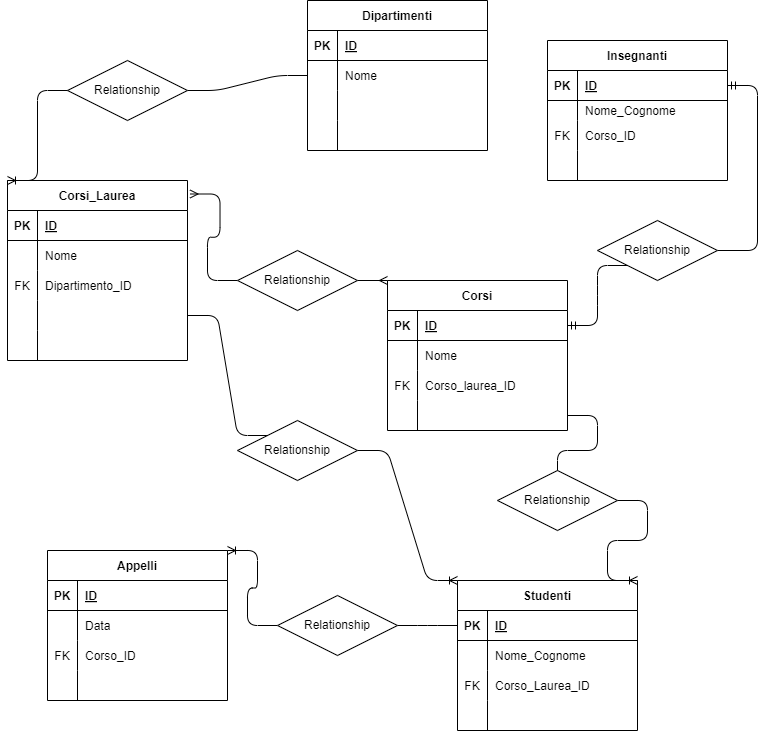
The draw.io diagram university.png in AlessioMura/db-university, before a commit. Source tidied: cells renumbered, new cells last; positions are measured from the earlier drawing's top-left corner, leaving out a move shared by most shapes.
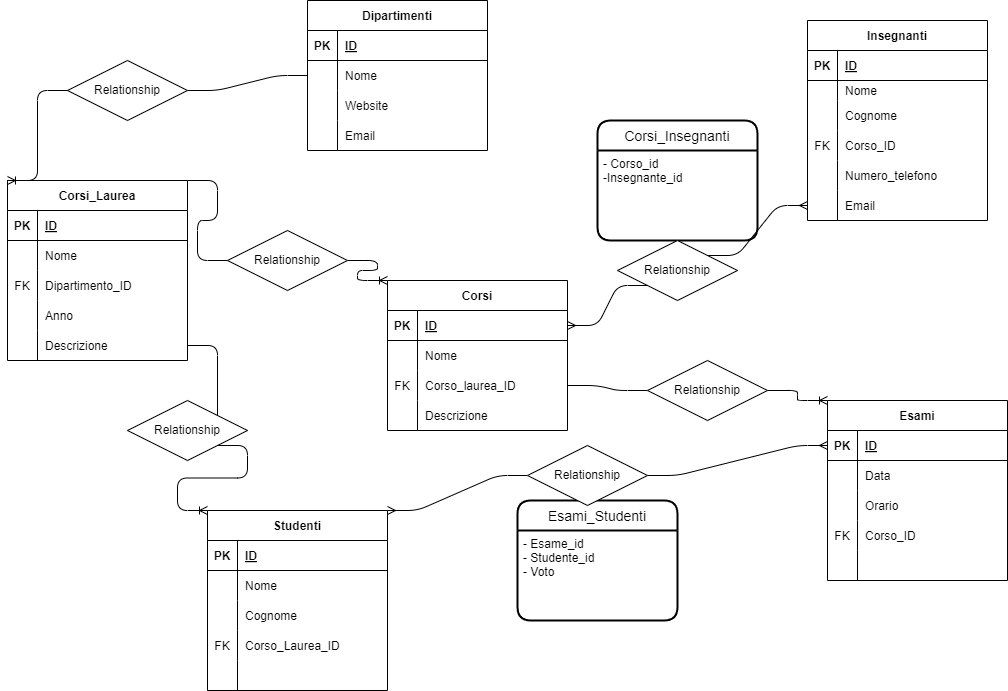
After the commit.

The edit, as a diff of the source:
```diff
@@ -31,3 +31,3 @@
     </mxCell>
-    <mxCell id="11" style="shape=partialRectangle;fillColor=none;top=0;left=0;bottom=0;right=0;align=left;spacingLeft=6;overflow=hidden;" parent="9" vertex="1">
+    <mxCell id="11" value="Website" style="shape=partialRectangle;fillColor=none;top=0;left=0;bottom=0;right=0;align=left;spacingLeft=6;overflow=hidden;" parent="9" vertex="1">
       <mxGeometry x="30" width="150" height="30" as="geometry" />
@@ -40,3 +40,3 @@
     </mxCell>
-    <mxCell id="14" style="shape=partialRectangle;fillColor=none;top=0;left=0;bottom=0;right=0;align=left;spacingLeft=6;overflow=hidden;" parent="12" vertex="1">
+    <mxCell id="14" value="Email" style="shape=partialRectangle;fillColor=none;top=0;left=0;bottom=0;right=0;align=left;spacingLeft=6;overflow=hidden;" parent="12" vertex="1">
       <mxGeometry x="30" width="150" height="30" as="geometry" />
@@ -79,3 +79,3 @@
     </mxCell>
-    <mxCell id="27" style="shape=partialRectangle;fillColor=none;top=0;left=0;bottom=0;right=0;align=left;spacingLeft=6;overflow=hidden;" parent="25" vertex="1">
+    <mxCell id="27" value="Anno" style="shape=partialRectangle;fillColor=none;top=0;left=0;bottom=0;right=0;align=left;spacingLeft=6;overflow=hidden;" parent="25" vertex="1">
       <mxGeometry x="30" width="150" height="30" as="geometry" />
@@ -88,3 +88,3 @@
     </mxCell>
-    <mxCell id="30" style="shape=partialRectangle;fillColor=none;top=0;left=0;bottom=0;right=0;align=left;spacingLeft=6;overflow=hidden;" parent="28" vertex="1">
+    <mxCell id="30" value="Descrizione" style="shape=partialRectangle;fillColor=none;top=0;left=0;bottom=0;right=0;align=left;spacingLeft=6;overflow=hidden;" parent="28" vertex="1">
       <mxGeometry x="30" width="150" height="30" as="geometry" />
@@ -127,3 +127,3 @@
     </mxCell>
-    <mxCell id="43" style="shape=partialRectangle;fillColor=none;top=0;left=0;bottom=0;right=0;align=left;spacingLeft=6;overflow=hidden;" parent="41" vertex="1">
+    <mxCell id="43" value="Descrizione" style="shape=partialRectangle;fillColor=none;top=0;left=0;bottom=0;right=0;align=left;spacingLeft=6;overflow=hidden;" parent="41" vertex="1">
       <mxGeometry x="30" width="150" height="30" as="geometry" />
@@ -131,3 +131,3 @@
     <mxCell id="44" value="Insegnanti" style="shape=table;startSize=30;rowLines=0;fontStyle=1;align=center;" parent="1" vertex="1">
-      <mxGeometry x="540" y="40" width="180" height="140" as="geometry" />
+      <mxGeometry x="800" y="20" width="180" height="200" as="geometry" />
     </mxCell>
@@ -148,7 +148,16 @@
     </mxCell>
-    <mxCell id="50" value="Nome_Cognome" style="shape=partialRectangle;fillColor=none;top=0;left=0;bottom=0;right=0;align=left;spacingLeft=6;overflow=hidden;" parent="48" vertex="1">
+    <mxCell id="50" value="Nome" style="shape=partialRectangle;fillColor=none;top=0;left=0;bottom=0;right=0;align=left;spacingLeft=6;overflow=hidden;" parent="48" vertex="1">
       <mxGeometry x="30" width="150" height="20" as="geometry" />
     </mxCell>
+    <mxCell id="101" style="shape=tableRow;horizontal=0;startSize=0;swimlaneHead=0;swimlaneBody=0;fillColor=none;top=0;left=0;right=0;bottom=0;" parent="44" vertex="1">
+      <mxGeometry y="80" width="180" height="30" as="geometry" />
+    </mxCell>
+    <mxCell id="102" style="shape=partialRectangle;fillColor=none;top=0;left=0;bottom=0;right=0;overflow=hidden;" parent="101" vertex="1">
+      <mxGeometry width="30" height="30" as="geometry" />
+    </mxCell>
+    <mxCell id="103" value="Cognome" style="shape=partialRectangle;fillColor=none;top=0;left=0;bottom=0;right=0;align=left;spacingLeft=6;overflow=hidden;" parent="101" vertex="1">
+      <mxGeometry x="30" width="150" height="30" as="geometry" />
+    </mxCell>
     <mxCell id="51" style="shape=tableRow;horizontal=0;startSize=0;swimlaneHead=0;swimlaneBody=0;fillColor=none;top=0;left=0;right=0;bottom=0;" parent="44" vertex="1">
-      <mxGeometry y="80" width="180" height="30" as="geometry" />
+      <mxGeometry y="110" width="180" height="30" as="geometry" />
     </mxCell>
@@ -161,3 +170,3 @@
     <mxCell id="54" style="shape=tableRow;horizontal=0;startSize=0;swimlaneHead=0;swimlaneBody=0;fillColor=none;top=0;left=0;right=0;bottom=0;" parent="44" vertex="1">
-      <mxGeometry y="110" width="180" height="30" as="geometry" />
+      <mxGeometry y="140" width="180" height="30" as="geometry" />
     </mxCell>
@@ -166,7 +175,16 @@
     </mxCell>
-    <mxCell id="56" style="shape=partialRectangle;fillColor=none;top=0;left=0;bottom=0;right=0;align=left;spacingLeft=6;overflow=hidden;" parent="54" vertex="1">
+    <mxCell id="56" value="Numero_telefono" style="shape=partialRectangle;fillColor=none;top=0;left=0;bottom=0;right=0;align=left;spacingLeft=6;overflow=hidden;" parent="54" vertex="1">
       <mxGeometry x="30" width="150" height="30" as="geometry" />
     </mxCell>
+    <mxCell id="104" style="shape=tableRow;horizontal=0;startSize=0;swimlaneHead=0;swimlaneBody=0;fillColor=none;points=[[0,0.5],[1,0.5]];portConstraint=eastwest;top=0;left=0;right=0;bottom=0;" parent="44" vertex="1">
+      <mxGeometry y="170" width="180" height="30" as="geometry" />
+    </mxCell>
+    <mxCell id="105" style="shape=partialRectangle;fillColor=none;top=0;left=0;bottom=0;right=0;overflow=hidden;" parent="104" vertex="1">
+      <mxGeometry width="30" height="30" as="geometry" />
+    </mxCell>
+    <mxCell id="106" value="Email" style="shape=partialRectangle;fillColor=none;top=0;left=0;bottom=0;right=0;align=left;spacingLeft=6;overflow=hidden;" parent="104" vertex="1">
+      <mxGeometry x="30" width="150" height="30" as="geometry" />
+    </mxCell>
     <mxCell id="57" value="Studenti" style="shape=table;startSize=30;rowLines=0;fontStyle=1;align=center;" parent="1" vertex="1">
-      <mxGeometry x="450" y="580" width="180" height="150" as="geometry" />
+      <mxGeometry x="200" y="510" width="180" height="180" as="geometry" />
     </mxCell>
@@ -187,7 +205,16 @@
     </mxCell>
-    <mxCell id="63" value="Nome_Cognome" style="shape=partialRectangle;fillColor=none;top=0;left=0;bottom=0;right=0;align=left;spacingLeft=6;overflow=hidden;" parent="61" vertex="1">
+    <mxCell id="63" value="Nome" style="shape=partialRectangle;fillColor=none;top=0;left=0;bottom=0;right=0;align=left;spacingLeft=6;overflow=hidden;" parent="61" vertex="1">
       <mxGeometry x="30" width="150" height="30" as="geometry" />
     </mxCell>
+    <mxCell id="107" style="shape=tableRow;horizontal=0;startSize=0;swimlaneHead=0;swimlaneBody=0;fillColor=none;top=0;left=0;right=0;bottom=0;" parent="57" vertex="1">
+      <mxGeometry y="90" width="180" height="30" as="geometry" />
+    </mxCell>
+    <mxCell id="108" style="shape=partialRectangle;fillColor=none;top=0;left=0;bottom=0;right=0;overflow=hidden;" parent="107" vertex="1">
+      <mxGeometry width="30" height="30" as="geometry" />
+    </mxCell>
+    <mxCell id="109" value="Cognome" style="shape=partialRectangle;fillColor=none;top=0;left=0;bottom=0;right=0;align=left;spacingLeft=6;overflow=hidden;" parent="107" vertex="1">
+      <mxGeometry x="30" width="150" height="30" as="geometry" />
+    </mxCell>
     <mxCell id="64" style="shape=tableRow;horizontal=0;startSize=0;swimlaneHead=0;swimlaneBody=0;fillColor=none;top=0;left=0;right=0;bottom=0;" parent="57" vertex="1">
-      <mxGeometry y="90" width="180" height="30" as="geometry" />
+      <mxGeometry y="120" width="180" height="30" as="geometry" />
     </mxCell>
@@ -200,3 +227,3 @@
     <mxCell id="67" style="shape=tableRow;horizontal=0;startSize=0;swimlaneHead=0;swimlaneBody=0;fillColor=none;top=0;left=0;right=0;bottom=0;" parent="57" vertex="1">
-      <mxGeometry y="120" width="180" height="30" as="geometry" />
+      <mxGeometry y="150" width="180" height="30" as="geometry" />
     </mxCell>
@@ -208,4 +235,4 @@
     </mxCell>
-    <mxCell id="70" value="Appelli" style="shape=table;startSize=30;rowLines=0;fontStyle=1;align=center;" parent="1" vertex="1">
-      <mxGeometry x="40" y="550" width="180" height="150" as="geometry" />
+    <mxCell id="70" value="Esami" style="shape=table;startSize=30;rowLines=0;fontStyle=1;align=center;" parent="1" vertex="1">
+      <mxGeometry x="820" y="400" width="180" height="180" as="geometry" />
     </mxCell>
@@ -229,4 +256,13 @@
     </mxCell>
+    <mxCell id="110" style="shape=tableRow;horizontal=0;startSize=0;swimlaneHead=0;swimlaneBody=0;fillColor=none;top=0;left=0;right=0;bottom=0;" parent="70" vertex="1">
+      <mxGeometry y="90" width="180" height="30" as="geometry" />
+    </mxCell>
+    <mxCell id="111" style="shape=partialRectangle;fillColor=none;top=0;left=0;bottom=0;right=0;overflow=hidden;" parent="110" vertex="1">
+      <mxGeometry width="30" height="30" as="geometry" />
+    </mxCell>
+    <mxCell id="112" value="Orario" style="shape=partialRectangle;fillColor=none;top=0;left=0;bottom=0;right=0;align=left;spacingLeft=6;overflow=hidden;" parent="110" vertex="1">
+      <mxGeometry x="30" width="150" height="30" as="geometry" />
+    </mxCell>
     <mxCell id="77" style="shape=tableRow;horizontal=0;startSize=0;swimlaneHead=0;swimlaneBody=0;fillColor=none;top=0;left=0;right=0;bottom=0;" parent="70" vertex="1">
-      <mxGeometry y="90" width="180" height="30" as="geometry" />
+      <mxGeometry y="120" width="180" height="30" as="geometry" />
     </mxCell>
@@ -239,3 +275,3 @@
     <mxCell id="80" style="shape=tableRow;horizontal=0;startSize=0;swimlaneHead=0;swimlaneBody=0;fillColor=none;top=0;left=0;right=0;bottom=0;" parent="70" vertex="1">
-      <mxGeometry y="120" width="180" height="30" as="geometry" />
+      <mxGeometry y="150" width="180" height="30" as="geometry" />
     </mxCell>
@@ -253,6 +289,9 @@
     </mxCell>
+    <mxCell id="91" style="edgeStyle=entityRelationEdgeStyle;fontSize=12;html=1;endArrow=ERoneToMany;exitX=0;exitY=0.5;exitDx=0;exitDy=0;entryX=0;entryY=0;entryDx=0;entryDy=0;" parent="1" edge="1" source="84" target="15">
+      <mxGeometry relative="1" as="geometry" />
+    </mxCell>
-    <mxCell id="85" style="edgeStyle=entityRelationEdgeStyle;fontSize=12;html=1;endArrow=ERmany;startArrow=none;exitX=1;exitY=0.5;exitDx=0;exitDy=0;entryX=0;entryY=0;entryDx=0;entryDy=0;" parent="1" edge="1" source="87" target="31">
+    <mxCell id="85" style="edgeStyle=entityRelationEdgeStyle;fontSize=12;html=1;endArrow=ERoneToMany;exitX=1;exitY=0.5;exitDx=0;exitDy=0;entryX=0;entryY=0;entryDx=0;entryDy=0;startArrow=none;" parent="1" edge="1" source="87" target="31">
       <mxGeometry relative="1" as="geometry" />
     </mxCell>
-    <mxCell id="86" style="edgeStyle=entityRelationEdgeStyle;fontSize=12;html=1;endArrow=none;startArrow=ERmany;exitX=1.014;exitY=0.075;exitDx=0;exitDy=0;entryX=0;entryY=0.5;entryDx=0;entryDy=0;exitPerimeter=0;" parent="1" edge="1" source="15" target="87">
+    <mxCell id="86" style="edgeStyle=entityRelationEdgeStyle;fontSize=12;html=1;endArrow=none;exitX=1;exitY=0;exitDx=0;exitDy=0;entryX=0;entryY=0.5;entryDx=0;entryDy=0;" parent="1" edge="1" source="15" target="87">
       <mxGeometry relative="1" as="geometry" />
@@ -260,29 +299,14 @@
     <mxCell id="87" value="Relationship" style="shape=rhombus;perimeter=rhombusPerimeter;whiteSpace=wrap;html=1;align=center;" parent="1" vertex="1">
-      <mxGeometry x="230" y="250" width="120" height="60" as="geometry" />
+      <mxGeometry x="220" y="230" width="120" height="60" as="geometry" />
     </mxCell>
-    <mxCell id="88" style="edgeStyle=entityRelationEdgeStyle;fontSize=12;html=1;endArrow=ERoneToMany;exitX=1;exitY=0.5;exitDx=0;exitDy=0;entryX=0;entryY=0;entryDx=0;entryDy=0;startArrow=none;" parent="1" edge="1" source="90" target="57">
-      <mxGeometry relative="1" as="geometry" />
-    </mxCell>
-    <mxCell id="89" style="edgeStyle=entityRelationEdgeStyle;fontSize=12;html=1;endArrow=none;exitX=1;exitY=0.5;exitDx=0;exitDy=0;entryX=0;entryY=0;entryDx=0;entryDy=0;" parent="1" edge="1" source="25" target="90">
-      <mxGeometry relative="1" as="geometry" />
-    </mxCell>
-    <mxCell id="90" value="Relationship" style="shape=rhombus;perimeter=rhombusPerimeter;whiteSpace=wrap;html=1;align=center;" parent="1" vertex="1">
-      <mxGeometry x="230" y="420" width="120" height="60" as="geometry" />
-    </mxCell>
-    <mxCell id="91" style="edgeStyle=entityRelationEdgeStyle;fontSize=12;html=1;endArrow=ERoneToMany;exitX=0;exitY=0.5;exitDx=0;exitDy=0;entryX=0;entryY=0;entryDx=0;entryDy=0;" parent="1" edge="1" source="84" target="15">
-      <mxGeometry relative="1" as="geometry" />
-    </mxCell>
-    <mxCell id="92" style="edgeStyle=entityRelationEdgeStyle;fontSize=12;html=1;endArrow=ERoneToMany;exitX=1;exitY=0.5;exitDx=0;exitDy=0;entryX=1;entryY=0;entryDx=0;entryDy=0;startArrow=none;" parent="1" edge="1" source="94" target="57">
-      <mxGeometry relative="1" as="geometry" />
-    </mxCell>
-    <mxCell id="93" style="edgeStyle=entityRelationEdgeStyle;fontSize=12;html=1;endArrow=none;exitX=1;exitY=0.5;exitDx=0;exitDy=0;entryX=1;entryY=0;entryDx=0;entryDy=0;" parent="1" edge="1" source="41" target="94">
-      <mxGeometry relative="1" as="geometry" />
-    </mxCell>
-    <mxCell id="94" value="Relationship" style="shape=rhombus;perimeter=rhombusPerimeter;whiteSpace=wrap;html=1;align=center;" parent="1" vertex="1">
-      <mxGeometry x="490" y="470" width="120" height="60" as="geometry" />
-    </mxCell>
-    <mxCell id="95" style="edgeStyle=entityRelationEdgeStyle;fontSize=12;html=1;endArrow=ERmandOne;startArrow=none;exitX=1;exitY=0.5;exitDx=0;exitDy=0;" parent="1" edge="1" source="97" target="45">
-      <mxGeometry relative="1" as="geometry" />
-    </mxCell>
+    <mxCell id="113" value="Corsi_Insegnanti" style="swimlane;horizontal=1;startSize=30;rounded=1;fontSize=14;fontStyle=0;strokeWidth=2;shadow=0;dashed=0;align=center;" parent="1" vertex="1">
+      <mxGeometry x="590" y="120" width="160" height="120" as="geometry" />
+    </mxCell>
+    <mxCell id="114" value="- Corso_id&#10;-Insegnante_id" style="align=left;strokeColor=none;fillColor=none;spacingLeft=4;fontSize=12;verticalAlign=top;" parent="113" vertex="1">
+      <mxGeometry y="30" width="160" height="90" as="geometry" />
+    </mxCell>
+    <mxCell id="115" style="edgeStyle=entityRelationEdgeStyle;fontSize=12;html=1;endArrow=ERmany;startArrow=none;entryX=0;entryY=0.5;entryDx=0;entryDy=0;exitX=1;exitY=0;exitDx=0;exitDy=0;" parent="1" edge="1" source="97" target="104">
+      <mxGeometry relative="1" as="geometry" />
+    </mxCell>
-    <mxCell id="96" style="edgeStyle=entityRelationEdgeStyle;fontSize=12;html=1;endArrow=none;startArrow=ERmandOne;entryX=0;entryY=1;entryDx=0;entryDy=0;exitX=1;exitY=0.5;exitDx=0;exitDy=0;" parent="1" edge="1" source="32" target="97">
+    <mxCell id="96" style="edgeStyle=entityRelationEdgeStyle;fontSize=12;html=1;endArrow=none;startArrow=ERmany;entryX=0;entryY=1;entryDx=0;entryDy=0;" parent="1" edge="1" source="32" target="97">
       <mxGeometry relative="1" as="geometry" />
@@ -290,13 +314,39 @@
     <mxCell id="97" value="Relationship" style="shape=rhombus;perimeter=rhombusPerimeter;whiteSpace=wrap;html=1;align=center;" parent="1" vertex="1">
-      <mxGeometry x="590" y="220" width="120" height="60" as="geometry" />
+      <mxGeometry x="610" y="240" width="120" height="60" as="geometry" />
     </mxCell>
-    <mxCell id="98" style="edgeStyle=entityRelationEdgeStyle;fontSize=12;html=1;endArrow=ERoneToMany;exitX=0;exitY=0.5;exitDx=0;exitDy=0;startArrow=none;entryX=1;entryY=0;entryDx=0;entryDy=0;" parent="1" edge="1" source="100" target="70">
-      <mxGeometry relative="1" as="geometry" />
-    </mxCell>
-    <mxCell id="99" style="edgeStyle=entityRelationEdgeStyle;fontSize=12;html=1;endArrow=none;exitX=0;exitY=0.5;exitDx=0;exitDy=0;entryX=1;entryY=0.5;entryDx=0;entryDy=0;" parent="1" edge="1" source="58" target="100">
-      <mxGeometry relative="1" as="geometry" />
-    </mxCell>
-    <mxCell id="100" value="Relationship" style="shape=rhombus;perimeter=rhombusPerimeter;whiteSpace=wrap;html=1;align=center;" parent="1" vertex="1">
-      <mxGeometry x="270" y="595" width="120" height="60" as="geometry" />
-    </mxCell>
+    <mxCell id="116" style="edgeStyle=entityRelationEdgeStyle;fontSize=12;html=1;endArrow=ERoneToMany;exitX=1;exitY=0.5;exitDx=0;exitDy=0;entryX=0;entryY=0;entryDx=0;entryDy=0;startArrow=none;" parent="1" edge="1" source="118" target="70">
+      <mxGeometry relative="1" as="geometry" />
+    </mxCell>
+    <mxCell id="117" style="edgeStyle=entityRelationEdgeStyle;fontSize=12;html=1;endArrow=none;exitX=1;exitY=0.5;exitDx=0;exitDy=0;entryX=0;entryY=0.5;entryDx=0;entryDy=0;" parent="1" edge="1" source="38" target="118">
+      <mxGeometry relative="1" as="geometry" />
+    </mxCell>
+    <mxCell id="118" value="Relationship" style="shape=rhombus;perimeter=rhombusPerimeter;whiteSpace=wrap;html=1;align=center;" parent="1" vertex="1">
+      <mxGeometry x="640" y="360" width="120" height="60" as="geometry" />
+    </mxCell>
+    <mxCell id="119" value="Esami_Studenti" style="swimlane;horizontal=1;startSize=30;rounded=1;fontSize=14;fontStyle=0;strokeWidth=2;shadow=0;dashed=0;align=center;" parent="1" vertex="1">
+      <mxGeometry x="510" y="500" width="160" height="120" as="geometry" />
+    </mxCell>
+    <mxCell id="120" value="- Esame_id&#10;- Studente_id&#10;- Voto" style="align=left;strokeColor=none;fillColor=none;spacingLeft=4;fontSize=12;verticalAlign=top;" parent="119" vertex="1">
+      <mxGeometry y="30" width="160" height="90" as="geometry" />
+    </mxCell>
+    <mxCell id="121" style="edgeStyle=entityRelationEdgeStyle;fontSize=12;html=1;endArrow=ERoneToMany;exitX=1;exitY=1;exitDx=0;exitDy=0;startArrow=none;" parent="1" edge="1" source="123">
+      <mxGeometry relative="1" as="geometry">
+        <mxPoint x="200" y="510" as="targetPoint" />
+      </mxGeometry>
+    </mxCell>
+    <mxCell id="122" style="edgeStyle=entityRelationEdgeStyle;fontSize=12;html=1;endArrow=none;exitX=1;exitY=0.5;exitDx=0;exitDy=0;entryX=1;entryY=0.5;entryDx=0;entryDy=0;" parent="1" edge="1" source="28" target="123">
+      <mxGeometry relative="1" as="geometry" />
+    </mxCell>
+    <mxCell id="123" value="Relationship" style="shape=rhombus;perimeter=rhombusPerimeter;whiteSpace=wrap;html=1;align=center;" parent="1" vertex="1">
+      <mxGeometry x="120" y="400" width="120" height="60" as="geometry" />
+    </mxCell>
+    <mxCell id="124" style="edgeStyle=entityRelationEdgeStyle;fontSize=12;html=1;endArrow=ERmany;startArrow=none;exitX=1;exitY=0.5;exitDx=0;exitDy=0;entryX=0;entryY=0.5;entryDx=0;entryDy=0;" parent="1" edge="1" source="126" target="71">
+      <mxGeometry relative="1" as="geometry" />
+    </mxCell>
+    <mxCell id="125" style="edgeStyle=entityRelationEdgeStyle;fontSize=12;html=1;endArrow=none;startArrow=ERmany;exitX=1;exitY=0;exitDx=0;exitDy=0;entryX=0;entryY=0.5;entryDx=0;entryDy=0;" parent="1" edge="1" source="57" target="126">
+      <mxGeometry relative="1" as="geometry" />
+    </mxCell>
+    <mxCell id="126" value="Relationship" style="shape=rhombus;perimeter=rhombusPerimeter;whiteSpace=wrap;html=1;align=center;" parent="1" vertex="1">
+      <mxGeometry x="520" y="445" width="120" height="60" as="geometry" />
+    </mxCell>
   </root>
```
